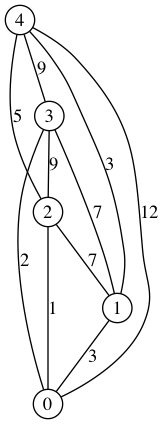
Above: graph.png in yuichiro12/GraphGenerator (Graphviz), before the change. Its source is kept beside it as graph.dot.
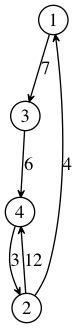
The same file after the commit.

The edit, as a diff of the source:
```diff
@@ -1,19 +1,14 @@
-graph {
+digraph {
 	graph [shape = dot, splines = true];
 	edge [arrowsize = 0.5, arrowhead = vee];
 	node [shape = circle, fixedsize = true,  width = 0.3];
-1 [label = 1];
-2 [label = 2];
-3 [label = 3];
-4 [label = 4];
-	1 -- 0 [label = 3, weight = 0];
-	2 -- 0 [label = 1, weight = 1];
-	2 -- 1 [label = 7, weight = 0];
-	3 -- 0 [label = 2, weight = 0];
-	3 -- 1 [label = 7, weight = 0];
-	3 -- 2 [label = 9, weight = 0];
-	4 -- 0 [label = 12, weight = 0];
-	4 -- 1 [label = 3, weight = 0];
-	4 -- 2 [label = 5, weight = 0];
-	4 -- 3 [label = 9, weight = 0];
+	1 [label = 1];
+	2 [label = 2];
+	3 [label = 3];
+	4 [label = 4];
+	2 -> 1 [label = 4, weight = 0];
+	1 -> 3 [label = 7, weight = 0];
+	2 -> 4 [label = 12, weight = 0];
+	3 -> 4 [label = 6, weight = 0];
+	4 -> 2 [label = 3, weight = 0];
 }
```
